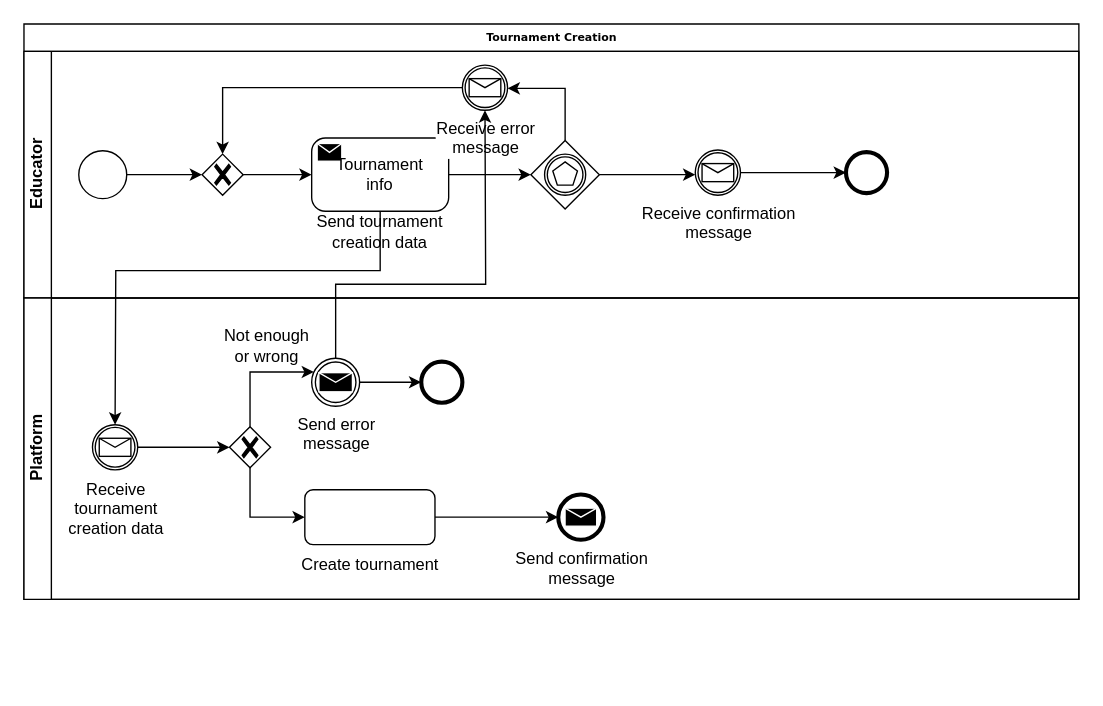
Before: RASDwip/ExtraFiles/Drawio/BPMN8.drawio in francescospangaro/SpangaroTosettiRiccardi, a draw.io diagram. Source tidied: cells renumbered, new cells numbered last; positions are measured from the earlier drawing's top-left corner, leaving out a move shared by most shapes. Both pictures are drawn from the tidied source at 137%, with x=0, y=0 at pixel (23, 23).
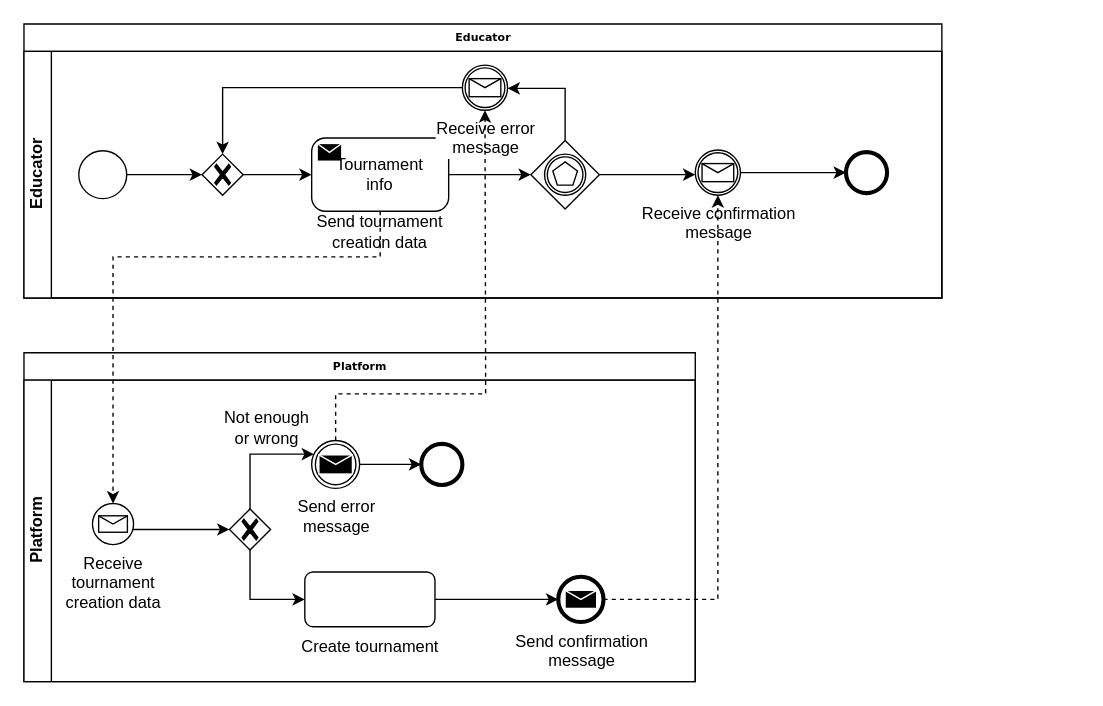
The same page after the edit.

Unchanged cells that the change refers to:
```xml
<mxCell id="9" value="&lt;div&gt;Tournament &lt;br&gt;&lt;/div&gt;&lt;div&gt;info&lt;br&gt;&lt;/div&gt;" style="points=[[0.25,0,0],[0.5,0,0],[0.75,0,0],[1,0.25,0],[1,0.5,0],[1,0.75,0],[0.75,1,0],[0.5,1,0],[0.25,1,0],[0,0.75,0],[0,0.5,0],[0,0.25,0]];shape=mxgraph.bpmn.task;whiteSpace=wrap;rectStyle=rounded;size=10;html=1;taskMarker=send;" parent="3" vertex="1">
  <mxGeometry x="210" y="63.2" width="100" height="53.5" as="geometry" />
</mxCell>
<mxCell id="15" value="&lt;div&gt;Receive error &lt;br&gt;&lt;/div&gt;&lt;div&gt;message&lt;br&gt;&lt;/div&gt;" style="points=[[0.145,0.145,0],[0.5,0,0],[0.855,0.145,0],[1,0.5,0],[0.855,0.855,0],[0.5,1,0],[0.145,0.855,0],[0,0.5,0]];shape=mxgraph.bpmn.event;html=1;verticalLabelPosition=bottom;labelBackgroundColor=#ffffff;verticalAlign=top;align=center;perimeter=ellipsePerimeter;outlineConnect=0;outline=catching;symbol=message;" parent="3" vertex="1">
  <mxGeometry x="320" y="10" width="33" height="33" as="geometry" />
</mxCell>
<mxCell id="17" value="&lt;div&gt;Receive confirmation&lt;/div&gt;&lt;div&gt;message&lt;br&gt;&lt;/div&gt;" style="points=[[0.145,0.145,0],[0.5,0,0],[0.855,0.145,0],[1,0.5,0],[0.855,0.855,0],[0.5,1,0],[0.145,0.855,0],[0,0.5,0]];shape=mxgraph.bpmn.event;html=1;verticalLabelPosition=bottom;labelBackgroundColor=#ffffff;verticalAlign=top;align=center;perimeter=ellipsePerimeter;outlineConnect=0;outline=catching;symbol=message;" parent="3" vertex="1">
  <mxGeometry x="490" y="72" width="33" height="33" as="geometry" />
</mxCell>
<mxCell id="24" style="points=[[0.25,0.25,0],[0.5,0,0],[0.75,0.25,0],[1,0.5,0],[0.75,0.75,0],[0.5,1,0],[0.25,0.75,0],[0,0.5,0]];shape=mxgraph.bpmn.gateway2;html=1;verticalLabelPosition=bottom;labelBackgroundColor=#ffffff;verticalAlign=top;align=center;perimeter=rhombusPerimeter;outlineConnect=0;outline=none;symbol=none;gwType=exclusive;" parent="19" vertex="1">
  <mxGeometry x="150" y="94" width="30" height="30" as="geometry" />
</mxCell>
<mxCell id="26" value="&lt;div&gt;Send error &lt;br&gt;&lt;/div&gt;&lt;div&gt;message&lt;br&gt;&lt;/div&gt;" style="points=[[0.145,0.145,0],[0.5,0,0],[0.855,0.145,0],[1,0.5,0],[0.855,0.855,0],[0.5,1,0],[0.145,0.855,0],[0,0.5,0]];shape=mxgraph.bpmn.event;html=1;verticalLabelPosition=bottom;labelBackgroundColor=#ffffff;verticalAlign=top;align=center;perimeter=ellipsePerimeter;outlineConnect=0;outline=throwing;symbol=message;" parent="19" vertex="1">
  <mxGeometry x="210" y="44" width="35" height="35" as="geometry" />
</mxCell>
<mxCell id="32" value="&lt;div&gt;Send confirmation&lt;/div&gt;&lt;div&gt;message&lt;br&gt;&lt;/div&gt;" style="points=[[0.145,0.145,0],[0.5,0,0],[0.855,0.145,0],[1,0.5,0],[0.855,0.855,0],[0.5,1,0],[0.145,0.855,0],[0,0.5,0]];shape=mxgraph.bpmn.event;html=1;verticalLabelPosition=bottom;labelBackgroundColor=#ffffff;verticalAlign=top;align=center;perimeter=ellipsePerimeter;outlineConnect=0;outline=end;symbol=message;" parent="19" vertex="1">
  <mxGeometry x="390" y="143.5" width="33" height="33" as="geometry" />
</mxCell>
```

Diff of the diagram source:
```diff
@@
-    <mxCell id="2" value="Tournament Creation" style="swimlane;html=1;horizontal=1;startSize=20;rounded=0;shadow=0;labelBackgroundColor=none;strokeWidth=1;fontFamily=Verdana;fontSize=8;align=center;" parent="1" vertex="1">
-      <mxGeometry width="770" height="420" as="geometry" />
+    <mxCell id="2" value="Educator" style="swimlane;html=1;horizontal=1;startSize=20;rounded=0;shadow=0;labelBackgroundColor=none;strokeWidth=1;fontFamily=Verdana;fontSize=8;align=center;" parent="1" vertex="1">
+      <mxGeometry width="670" height="200" as="geometry" />
     </mxCell>
     <mxCell id="3" value="Educator" style="swimlane;html=1;startSize=20;horizontal=0;" parent="2" vertex="1">
-      <mxGeometry y="20" width="770" height="180" as="geometry" />
+      <mxGeometry y="20" width="670" height="180" as="geometry" />
     </mxCell>
@@
+    <mxCell id="35" value="Platform" style="swimlane;html=1;horizontal=1;startSize=20;rounded=0;shadow=0;labelBackgroundColor=none;strokeWidth=1;fontFamily=Verdana;fontSize=8;align=center;" parent="1" vertex="1">
+      <mxGeometry y="240" width="490" height="240" as="geometry" />
+    </mxCell>
-    <mxCell id="19" value="Platform" style="swimlane;html=1;startSize=20;horizontal=0;" parent="2" vertex="1">
-      <mxGeometry y="200" width="770" height="220" as="geometry" />
+    <mxCell id="19" value="Platform" style="swimlane;html=1;startSize=20;horizontal=0;" parent="35" vertex="1">
+      <mxGeometry y="20" width="490" height="220" as="geometry" />
     </mxCell>
     <mxCell id="20" style="edgeStyle=orthogonalEdgeStyle;rounded=0;jettySize=auto;html=1;entryX=0;entryY=0.5;entryDx=0;entryDy=0;entryPerimeter=0;" parent="19" edge="1" source="21" target="24">
-      <mxGeometry relative="1" as="geometry" />
+      <mxGeometry relative="1" as="geometry">
+        <Array as="points">
+          <mxPoint x="100" y="109" />
+          <mxPoint x="100" y="109" />
+        </Array>
+      </mxGeometry>
     </mxCell>
-    <mxCell id="21" value="&lt;div&gt;Receive&lt;/div&gt;&lt;div&gt;tournament &lt;br&gt;&lt;/div&gt;&lt;div&gt;creation data&lt;br&gt;&lt;/div&gt;" style="points=[[0.145,0.145,0],[0.5,0,0],[0.855,0.145,0],[1,0.5,0],[0.855,0.855,0],[0.5,1,0],[0.145,0.855,0],[0,0.5,0]];shape=mxgraph.bpmn.event;html=1;verticalLabelPosition=bottom;labelBackgroundColor=#ffffff;verticalAlign=top;align=center;perimeter=ellipsePerimeter;outlineConnect=0;outline=catching;symbol=message;" parent="19" vertex="1">
-      <mxGeometry x="50" y="92.5" width="33" height="33" as="geometry" />
-    </mxCell>
@@
+    <mxCell id="21" value="&lt;div&gt;Receive&lt;/div&gt;&lt;div&gt;tournament&lt;/div&gt;&lt;div&gt;creation data&lt;br&gt;&lt;/div&gt;" style="points=[[0.145,0.145,0],[0.5,0,0],[0.855,0.145,0],[1,0.5,0],[0.855,0.855,0],[0.5,1,0],[0.145,0.855,0],[0,0.5,0]];shape=mxgraph.bpmn.event;html=1;verticalLabelPosition=bottom;labelBackgroundColor=#ffffff;verticalAlign=top;align=center;perimeter=ellipsePerimeter;outlineConnect=0;outline=standard;symbol=message;" parent="19" vertex="1">
+      <mxGeometry x="50" y="90" width="30" height="30" as="geometry" />
+    </mxCell>
-    <mxCell id="33" style="edgeStyle=orthogonalEdgeStyle;rounded=0;jettySize=auto;html=1;" parent="2" edge="1" source="9" target="21">
+    <mxCell id="33" style="edgeStyle=orthogonalEdgeStyle;rounded=0;jettySize=auto;html=1;dashed=1;" parent="1" edge="1" source="9" target="21">
       <mxGeometry relative="1" as="geometry">
         <Array as="points">
-          <mxPoint x="260" y="180" />
-          <mxPoint x="67" y="180" />
+          <mxPoint x="260" y="170" />
+          <mxPoint x="65" y="170" />
         </Array>
       </mxGeometry>
     </mxCell>
-    <mxCell id="34" style="edgeStyle=orthogonalEdgeStyle;rounded=0;jettySize=auto;html=1;" parent="2" edge="1" source="26" target="15">
+    <mxCell id="34" style="edgeStyle=orthogonalEdgeStyle;rounded=0;jettySize=auto;html=1;dashed=1;" parent="1" edge="1" source="26" target="15">
       <mxGeometry relative="1" as="geometry">
         <Array as="points">
-          <mxPoint x="228" y="190" />
-          <mxPoint x="337" y="190" />
+          <mxPoint x="228" y="270" />
+          <mxPoint x="337" y="270" />
         </Array>
       </mxGeometry>
     </mxCell>
+    <mxCell id="36" style="edgeStyle=orthogonalEdgeStyle;rounded=0;jettySize=auto;html=1;dashed=1;" parent="1" edge="1" source="32" target="17">
+      <mxGeometry relative="1" as="geometry" />
+    </mxCell>
```
